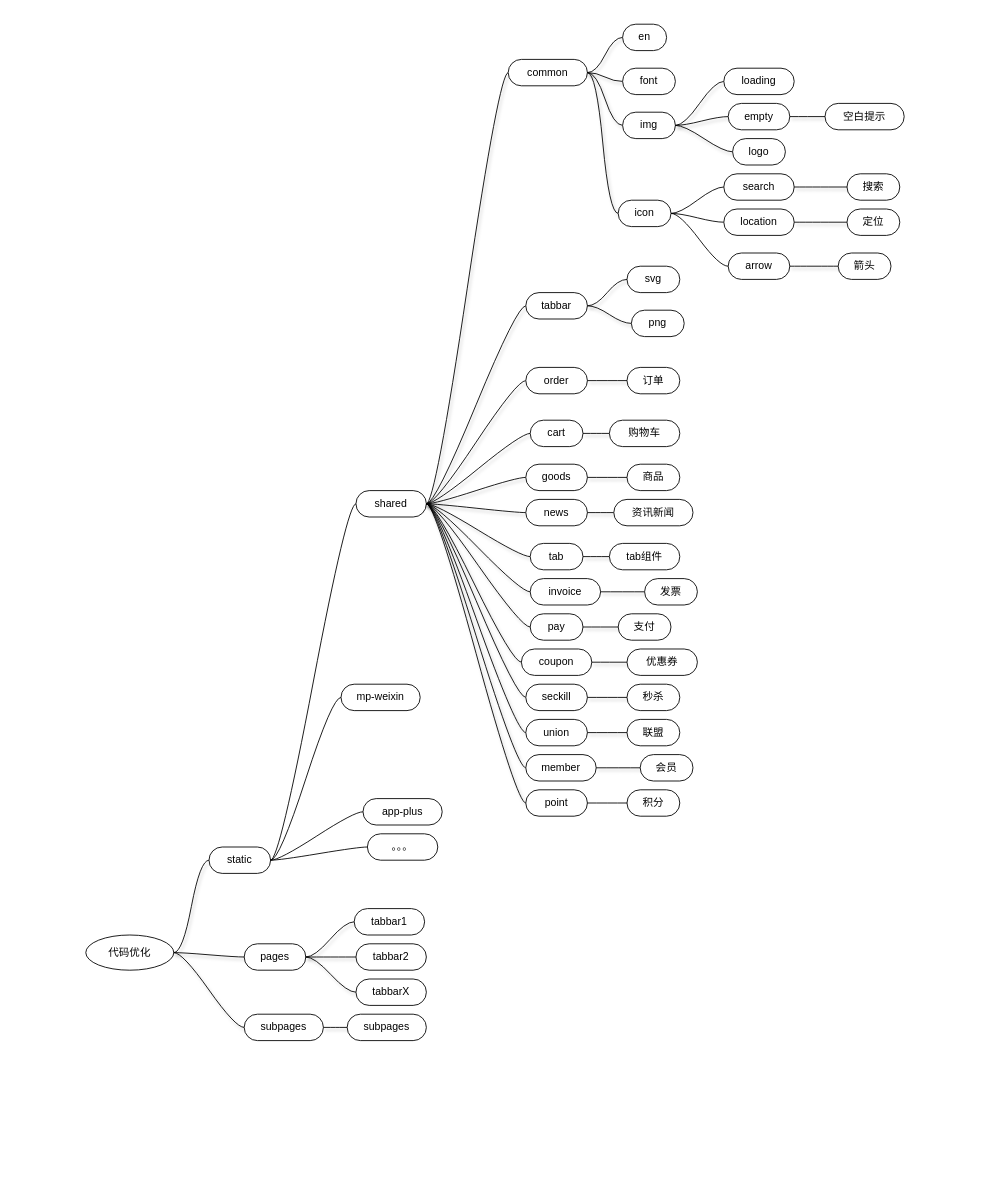
The draw.io diagram page "代码优化" (4 of 4) of B+.drawio in huturenji/drawio, before the edit. Source tidied: cells renumbered, new cells numbered last; positions are measured from the earlier drawing's top-left corner, leaving out a move shared by most shapes. Both pictures are drawn from the tidied source at 88%, with x=0, y=0 at pixel (15, 15).
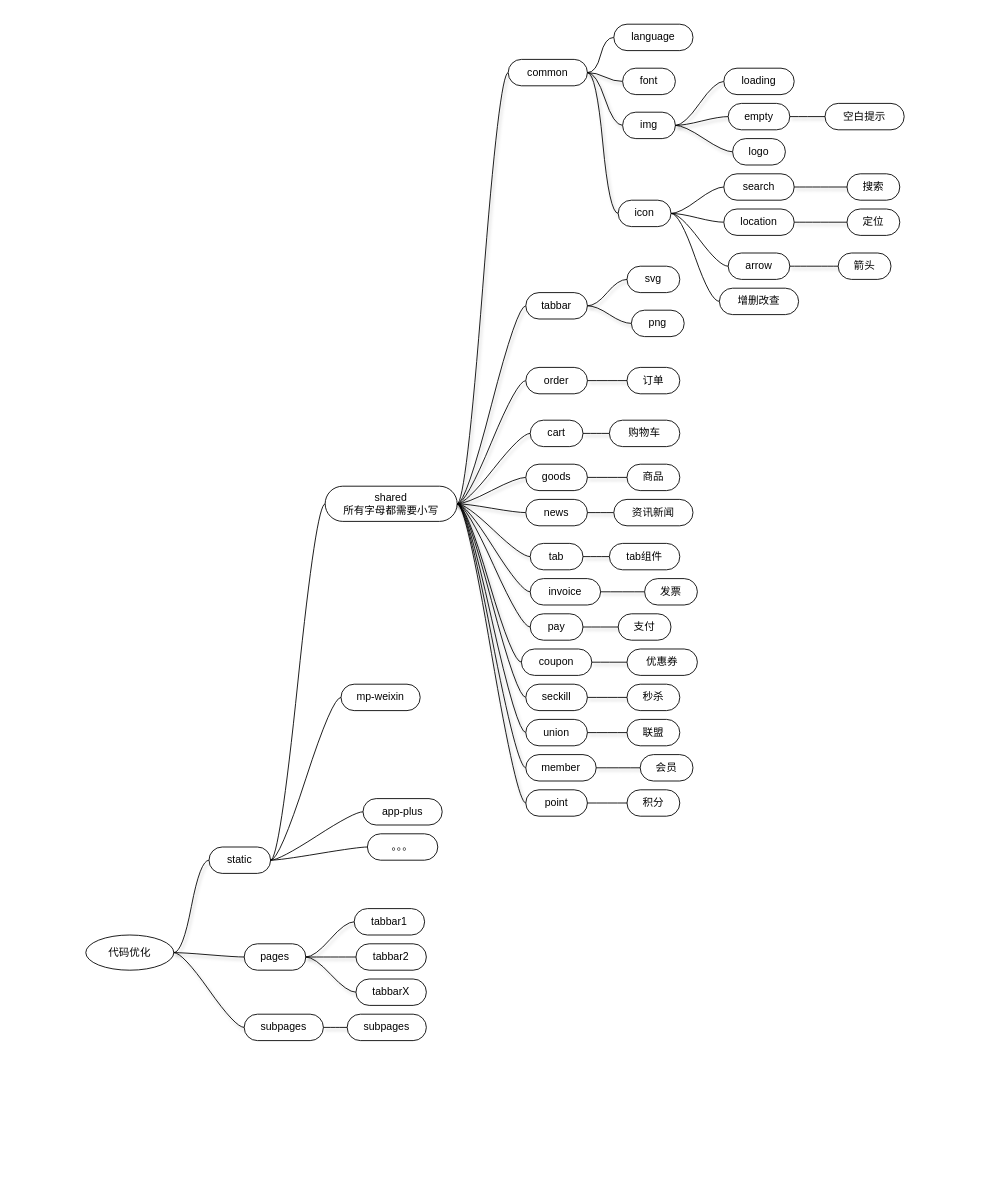
Above is the later version.

The change refers to these unchanged cells:
```xml
<mxCell id="2" value="Mindmap" style="swimlane;startSize=20;horizontal=1;containerType=tree;strokeColor=none;swimlaneLine=1;fillColor=default;fontColor=none;noLabel=1;" parent="1" vertex="1">
  <mxGeometry width="1110" height="1305" as="geometry" />
</mxCell>
<mxCell id="39" value="common" style="whiteSpace=wrap;html=1;rounded=1;arcSize=50;align=center;verticalAlign=middle;strokeWidth=1;spacing=4;newEdgeStyle={&quot;edgeStyle&quot;:&quot;entityRelationEdgeStyle&quot;,&quot;startArrow&quot;:&quot;none&quot;,&quot;endArrow&quot;:&quot;none&quot;,&quot;segment&quot;:10,&quot;curved&quot;:1};swimlaneLine=1;" parent="2" vertex="1">
  <mxGeometry x="560" y="50" width="90" height="30" as="geometry" />
</mxCell>
<mxCell id="99" value="icon" style="whiteSpace=wrap;html=1;rounded=1;arcSize=50;align=center;verticalAlign=middle;strokeWidth=1;spacing=4;newEdgeStyle={&quot;edgeStyle&quot;:&quot;entityRelationEdgeStyle&quot;,&quot;startArrow&quot;:&quot;none&quot;,&quot;endArrow&quot;:&quot;none&quot;,&quot;segment&quot;:10,&quot;curved&quot;:1};swimlaneLine=1;" parent="2" vertex="1">
  <mxGeometry x="685" y="210" width="60" height="30" as="geometry" />
</mxCell>
```

Change to the diagram source:
```diff
@@
-    <mxCell id="7" value="shared" style="whiteSpace=wrap;html=1;rounded=1;arcSize=50;align=center;verticalAlign=middle;strokeWidth=1;spacing=4;newEdgeStyle={&quot;edgeStyle&quot;:&quot;entityRelationEdgeStyle&quot;,&quot;startArrow&quot;:&quot;none&quot;,&quot;endArrow&quot;:&quot;none&quot;,&quot;segment&quot;:10,&quot;curved&quot;:1};swimlaneLine=1;" parent="2" vertex="1">
-      <mxGeometry x="387" y="540" width="80" height="30" as="geometry" />
+    <mxCell id="7" value="shared&lt;br&gt;所有字母都需要小写" style="whiteSpace=wrap;html=1;rounded=1;arcSize=50;align=center;verticalAlign=middle;strokeWidth=1;spacing=4;newEdgeStyle={&quot;edgeStyle&quot;:&quot;entityRelationEdgeStyle&quot;,&quot;startArrow&quot;:&quot;none&quot;,&quot;endArrow&quot;:&quot;none&quot;,&quot;segment&quot;:10,&quot;curved&quot;:1};swimlaneLine=1;" parent="2" vertex="1">
+      <mxGeometry x="352" y="535" width="150" height="40" as="geometry" />
     </mxCell>
@@
-    <mxCell id="40" style="edgeStyle=entityRelationEdgeStyle;startArrow=none;endArrow=none;segment=10;curved=1;rounded=0;shadow=1;elbow=vertical;exitX=1;exitY=0.5;exitDx=0;exitDy=0;swimlaneLine=1;" parent="2" edge="1" source="39" target="41">
+    <mxCell id="40" style="edgeStyle=entityRelationEdgeStyle;startArrow=none;endArrow=none;segment=10;curved=1;rounded=0;shadow=0;elbow=vertical;exitX=1;exitY=0.5;exitDx=0;exitDy=0;swimlaneLine=1;" parent="2" edge="1" source="39" target="41">
       <mxGeometry relative="1" as="geometry" />
     </mxCell>
-    <mxCell id="41" value="en" style="whiteSpace=wrap;html=1;rounded=1;arcSize=50;align=center;verticalAlign=middle;strokeWidth=1;spacing=4;newEdgeStyle={&quot;edgeStyle&quot;:&quot;entityRelationEdgeStyle&quot;,&quot;startArrow&quot;:&quot;none&quot;,&quot;endArrow&quot;:&quot;none&quot;,&quot;segment&quot;:10,&quot;curved&quot;:1};swimlaneLine=1;" parent="2" vertex="1">
-      <mxGeometry x="690" y="10" width="50" height="30" as="geometry" />
+    <mxCell id="41" value="language" style="whiteSpace=wrap;html=1;rounded=1;arcSize=50;align=center;verticalAlign=middle;strokeWidth=1;spacing=4;newEdgeStyle={&quot;edgeStyle&quot;:&quot;entityRelationEdgeStyle&quot;,&quot;startArrow&quot;:&quot;none&quot;,&quot;endArrow&quot;:&quot;none&quot;,&quot;segment&quot;:10,&quot;curved&quot;:1};swimlaneLine=1;" parent="2" vertex="1">
+      <mxGeometry x="680" y="10" width="90" height="30" as="geometry" />
     </mxCell>
@@
+    <mxCell id="110" style="edgeStyle=entityRelationEdgeStyle;startArrow=none;endArrow=none;segment=10;curved=1;rounded=0;shadow=0;elbow=vertical;swimlaneLine=1;" parent="2" edge="1" source="99" target="111">
+      <mxGeometry relative="1" as="geometry" />
+    </mxCell>
+    <mxCell id="111" value="增删改查" style="whiteSpace=wrap;html=1;rounded=1;arcSize=50;align=center;verticalAlign=middle;strokeWidth=1;spacing=4;newEdgeStyle={&quot;edgeStyle&quot;:&quot;entityRelationEdgeStyle&quot;,&quot;startArrow&quot;:&quot;none&quot;,&quot;endArrow&quot;:&quot;none&quot;,&quot;segment&quot;:10,&quot;curved&quot;:1};swimlaneLine=1;" parent="2" vertex="1">
+      <mxGeometry x="800" y="310" width="90" height="30" as="geometry" />
+    </mxCell>
```
